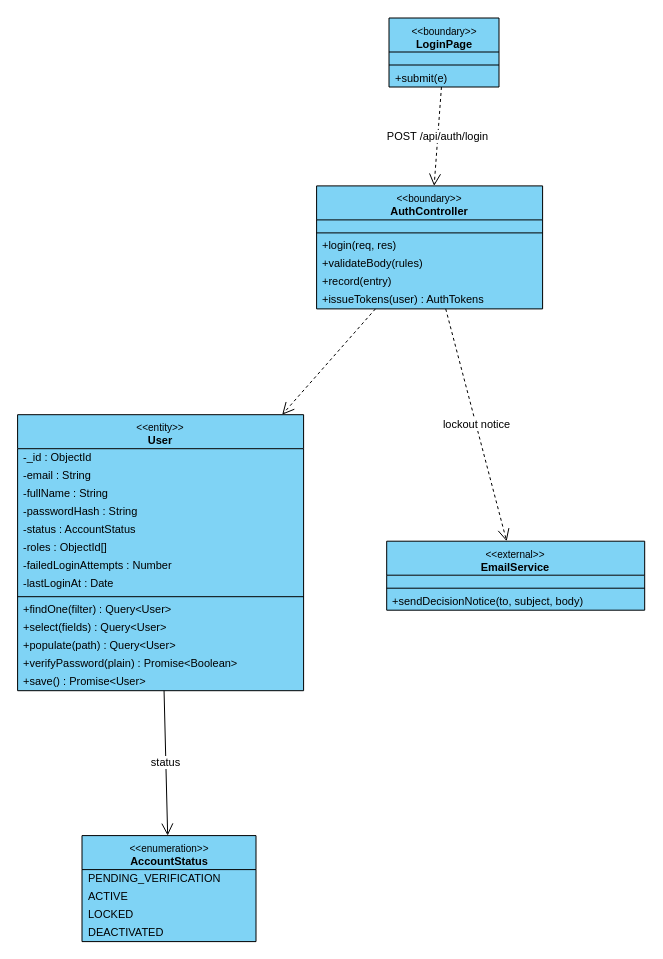
toikobi401/SWD392 keeps this draw.io diagram as final/diagrams/M2_Auth-And-Administration_Diagrams/class_diagrams/CD-05_UC-G17_Login.drawio. Above is the earlier version. Source tidied: cells renumbered, new cells numbered last; positions are measured from the earlier drawing's top-left corner, leaving out a move shared by most shapes. Both pictures are drawn from the tidied source at 100%, with x=0, y=0 at pixel (17, 17).
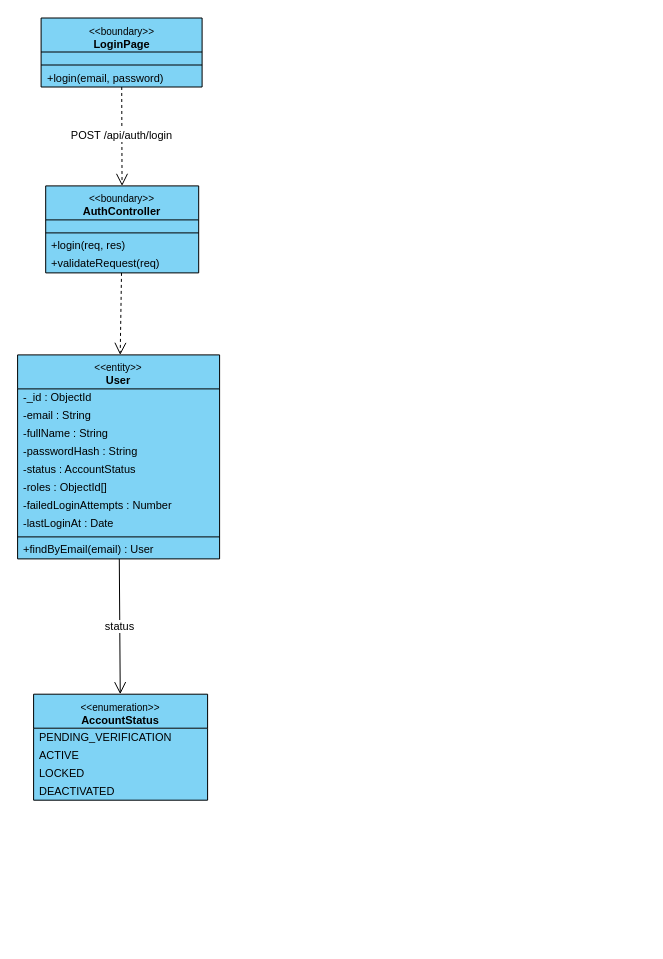
The same diagram, later.

What changed in the source:
```diff
@@
     <mxCell id="2" value="&lt;font style=&quot;font-size:10px&quot;&gt;&amp;lt;&amp;lt;boundary&amp;gt;&amp;gt;&lt;/font&gt;&lt;br&gt;&lt;b&gt;LoginPage&lt;/b&gt;" style="swimlane;fontStyle=0;align=center;verticalAlign=top;horizontal=1;startSize=34;html=1;whiteSpace=wrap;fontSize=11;fillColor=#7fd3f5;swimlaneFillColor=#7fd3f5;strokeColor=#000000;" parent="1" vertex="1">
-      <mxGeometry x="371.5" y="0.5" width="110" height="69" as="geometry" />
+      <mxGeometry x="23.6" y="0.5" width="161" height="69" as="geometry" />
     </mxCell>
     <mxCell id="3" style="text;strokeColor=none;fillColor=none;html=1;" parent="2" vertex="1">
-      <mxGeometry y="34" width="110" height="9" as="geometry" />
+      <mxGeometry y="34" width="161" height="9" as="geometry" />
     </mxCell>
     <mxCell id="4" style="line;strokeWidth=1;fillColor=none;align=left;verticalAlign=middle;spacingTop=-1;spacingLeft=3;spacingRight=3;labelPosition=right;strokeColor=#000000;" parent="2" vertex="1">
-      <mxGeometry y="43" width="110" height="8" as="geometry" />
+      <mxGeometry y="43" width="161" height="8" as="geometry" />
     </mxCell>
-    <mxCell id="5" value="+submit(e)" style="text;strokeColor=none;fillColor=none;align=left;verticalAlign=middle;spacingLeft=4;spacingRight=4;overflow=hidden;whiteSpace=nowrap;html=1;fontSize=11;" parent="2" vertex="1">
-      <mxGeometry y="51" width="110" height="18" as="geometry" />
+    <mxCell id="5" value="+login(email, password)" style="text;strokeColor=none;fillColor=none;align=left;verticalAlign=middle;spacingLeft=4;spacingRight=4;overflow=hidden;whiteSpace=nowrap;html=1;fontSize=11;" parent="2" vertex="1">
+      <mxGeometry y="51" width="161" height="18" as="geometry" />
     </mxCell>
     <mxCell id="6" value="&lt;font style=&quot;font-size:10px&quot;&gt;&amp;lt;&amp;lt;boundary&amp;gt;&amp;gt;&lt;/font&gt;&lt;br&gt;&lt;b&gt;AuthController&lt;/b&gt;" style="swimlane;fontStyle=0;align=center;verticalAlign=top;horizontal=1;startSize=34;html=1;whiteSpace=wrap;fontSize=11;fillColor=#7fd3f5;swimlaneFillColor=#7fd3f5;strokeColor=#000000;" parent="1" vertex="1">
-      <mxGeometry x="299.1" y="168.4" width="226" height="123" as="geometry" />
+      <mxGeometry x="28.2" y="168.4" width="153" height="87" as="geometry" />
     </mxCell>
     <mxCell id="7" style="text;strokeColor=none;fillColor=none;html=1;" parent="6" vertex="1">
-      <mxGeometry y="34" width="226" height="9" as="geometry" />
+      <mxGeometry y="34" width="153" height="9" as="geometry" />
     </mxCell>
     <mxCell id="8" style="line;strokeWidth=1;fillColor=none;align=left;verticalAlign=middle;spacingTop=-1;spacingLeft=3;spacingRight=3;labelPosition=right;strokeColor=#000000;" parent="6" vertex="1">
-      <mxGeometry y="43" width="226" height="8" as="geometry" />
+      <mxGeometry y="43" width="153" height="8" as="geometry" />
     </mxCell>
     <mxCell id="9" value="+login(req, res)" style="text;strokeColor=none;fillColor=none;align=left;verticalAlign=middle;spacingLeft=4;spacingRight=4;overflow=hidden;whiteSpace=nowrap;html=1;fontSize=11;" parent="6" vertex="1">
-      <mxGeometry y="51" width="226" height="18" as="geometry" />
+      <mxGeometry y="51" width="153" height="18" as="geometry" />
     </mxCell>
-    <mxCell id="10" value="+validateBody(rules)" style="text;strokeColor=none;fillColor=none;align=left;verticalAlign=middle;spacingLeft=4;spacingRight=4;overflow=hidden;whiteSpace=nowrap;html=1;fontSize=11;" parent="6" vertex="1">
-      <mxGeometry y="69" width="226" height="18" as="geometry" />
+    <mxCell id="10" value="+validateRequest(req)" style="text;strokeColor=none;fillColor=none;align=left;verticalAlign=middle;spacingLeft=4;spacingRight=4;overflow=hidden;whiteSpace=nowrap;html=1;fontSize=11;" parent="6" vertex="1">
+      <mxGeometry y="69" width="153" height="18" as="geometry" />
     </mxCell>
-    <mxCell id="11" value="+record(entry)" style="text;strokeColor=none;fillColor=none;align=left;verticalAlign=middle;spacingLeft=4;spacingRight=4;overflow=hidden;whiteSpace=nowrap;html=1;fontSize=11;" parent="6" vertex="1">
-      <mxGeometry y="87" width="226" height="18" as="geometry" />
-    </mxCell>
-    <mxCell id="12" value="+issueTokens(user) : AuthTokens" style="text;strokeColor=none;fillColor=none;align=left;verticalAlign=middle;spacingLeft=4;spacingRight=4;overflow=hidden;whiteSpace=nowrap;html=1;fontSize=11;" parent="6" vertex="1">
-      <mxGeometry y="105" width="226" height="18" as="geometry" />
-    </mxCell>
     <mxCell id="13" value="&lt;font style=&quot;font-size:10px&quot;&gt;&amp;lt;&amp;lt;entity&amp;gt;&amp;gt;&lt;/font&gt;&lt;br&gt;&lt;b&gt;User&lt;/b&gt;" style="swimlane;fontStyle=0;align=center;verticalAlign=top;horizontal=1;startSize=34;html=1;whiteSpace=wrap;fontSize=11;fillColor=#7fd3f5;swimlaneFillColor=#7fd3f5;strokeColor=#000000;" parent="1" vertex="1">
-      <mxGeometry x="0.1" y="397.2" width="286" height="276" as="geometry" />
+      <mxGeometry x="0.1" y="337.4" width="202" height="204" as="geometry" />
     </mxCell>
     <mxCell id="14" value="-_id : ObjectId" style="text;strokeColor=none;fillColor=none;align=left;verticalAlign=middle;spacingLeft=4;spacingRight=4;overflow=hidden;whiteSpace=nowrap;html=1;fontSize=11;" parent="13" vertex="1">
-      <mxGeometry y="34" width="286" height="18" as="geometry" />
+      <mxGeometry y="34" width="202" height="18" as="geometry" />
     </mxCell>
     <mxCell id="15" value="-email : String" style="text;strokeColor=none;fillColor=none;align=left;verticalAlign=middle;spacingLeft=4;spacingRight=4;overflow=hidden;whiteSpace=nowrap;html=1;fontSize=11;" parent="13" vertex="1">
-      <mxGeometry y="52" width="286" height="18" as="geometry" />
+      <mxGeometry y="52" width="202" height="18" as="geometry" />
     </mxCell>
     <mxCell id="16" value="-fullName : String" style="text;strokeColor=none;fillColor=none;align=left;verticalAlign=middle;spacingLeft=4;spacingRight=4;overflow=hidden;whiteSpace=nowrap;html=1;fontSize=11;" parent="13" vertex="1">
-      <mxGeometry y="70" width="286" height="18" as="geometry" />
+      <mxGeometry y="70" width="202" height="18" as="geometry" />
     </mxCell>
     <mxCell id="17" value="-passwordHash : String" style="text;strokeColor=none;fillColor=none;align=left;verticalAlign=middle;spacingLeft=4;spacingRight=4;overflow=hidden;whiteSpace=nowrap;html=1;fontSize=11;" parent="13" vertex="1">
-      <mxGeometry y="88" width="286" height="18" as="geometry" />
+      <mxGeometry y="88" width="202" height="18" as="geometry" />
     </mxCell>
     <mxCell id="18" value="-status : AccountStatus" style="text;strokeColor=none;fillColor=none;align=left;verticalAlign=middle;spacingLeft=4;spacingRight=4;overflow=hidden;whiteSpace=nowrap;html=1;fontSize=11;" parent="13" vertex="1">
-      <mxGeometry y="106" width="286" height="18" as="geometry" />
+      <mxGeometry y="106" width="202" height="18" as="geometry" />
     </mxCell>
     <mxCell id="19" value="-roles : ObjectId[]" style="text;strokeColor=none;fillColor=none;align=left;verticalAlign=middle;spacingLeft=4;spacingRight=4;overflow=hidden;whiteSpace=nowrap;html=1;fontSize=11;" parent="13" vertex="1">
-      <mxGeometry y="124" width="286" height="18" as="geometry" />
+      <mxGeometry y="124" width="202" height="18" as="geometry" />
     </mxCell>
     <mxCell id="20" value="-failedLoginAttempts : Number" style="text;strokeColor=none;fillColor=none;align=left;verticalAlign=middle;spacingLeft=4;spacingRight=4;overflow=hidden;whiteSpace=nowrap;html=1;fontSize=11;" parent="13" vertex="1">
-      <mxGeometry y="142" width="286" height="18" as="geometry" />
+      <mxGeometry y="142" width="202" height="18" as="geometry" />
     </mxCell>
     <mxCell id="21" value="-lastLoginAt : Date" style="text;strokeColor=none;fillColor=none;align=left;verticalAlign=middle;spacingLeft=4;spacingRight=4;overflow=hidden;whiteSpace=nowrap;html=1;fontSize=11;" parent="13" vertex="1">
-      <mxGeometry y="160" width="286" height="18" as="geometry" />
+      <mxGeometry y="160" width="202" height="18" as="geometry" />
     </mxCell>
     <mxCell id="22" style="line;strokeWidth=1;fillColor=none;align=left;verticalAlign=middle;spacingTop=-1;spacingLeft=3;spacingRight=3;labelPosition=right;strokeColor=#000000;" parent="13" vertex="1">
-      <mxGeometry y="178" width="286" height="8" as="geometry" />
+      <mxGeometry y="178" width="202" height="8" as="geometry" />
     </mxCell>
-    <mxCell id="23" value="+findOne(filter) : Query&amp;lt;User&amp;gt;" style="text;strokeColor=none;fillColor=none;align=left;verticalAlign=middle;spacingLeft=4;spacingRight=4;overflow=hidden;whiteSpace=nowrap;html=1;fontSize=11;" parent="13" vertex="1">
-      <mxGeometry y="186" width="286" height="18" as="geometry" />
+    <mxCell id="23" value="+findByEmail(email) : User" style="text;strokeColor=none;fillColor=none;align=left;verticalAlign=middle;spacingLeft=4;spacingRight=4;overflow=hidden;whiteSpace=nowrap;html=1;fontSize=11;" parent="13" vertex="1">
+      <mxGeometry y="186" width="202" height="18" as="geometry" />
     </mxCell>
-    <mxCell id="24" value="+select(fields) : Query&amp;lt;User&amp;gt;" style="text;strokeColor=none;fillColor=none;align=left;verticalAlign=middle;spacingLeft=4;spacingRight=4;overflow=hidden;whiteSpace=nowrap;html=1;fontSize=11;" parent="13" vertex="1">
-      <mxGeometry y="204" width="286" height="18" as="geometry" />
-    </mxCell>
-    <mxCell id="25" value="+populate(path) : Query&amp;lt;User&amp;gt;" style="text;strokeColor=none;fillColor=none;align=left;verticalAlign=middle;spacingLeft=4;spacingRight=4;overflow=hidden;whiteSpace=nowrap;html=1;fontSize=11;" parent="13" vertex="1">
-      <mxGeometry y="222" width="286" height="18" as="geometry" />
-    </mxCell>
-    <mxCell id="26" value="+verifyPassword(plain) : Promise&amp;lt;Boolean&amp;gt;" style="text;strokeColor=none;fillColor=none;align=left;verticalAlign=middle;spacingLeft=4;spacingRight=4;overflow=hidden;whiteSpace=nowrap;html=1;fontSize=11;" parent="13" vertex="1">
-      <mxGeometry y="240" width="286" height="18" as="geometry" />
-    </mxCell>
-    <mxCell id="27" value="+save() : Promise&amp;lt;User&amp;gt;" style="text;strokeColor=none;fillColor=none;align=left;verticalAlign=middle;spacingLeft=4;spacingRight=4;overflow=hidden;whiteSpace=nowrap;html=1;fontSize=11;" parent="13" vertex="1">
-      <mxGeometry y="258" width="286" height="18" as="geometry" />
-    </mxCell>
-    <mxCell id="28" value="&lt;font style=&quot;font-size:10px&quot;&gt;&amp;lt;&amp;lt;external&amp;gt;&amp;gt;&lt;/font&gt;&lt;br&gt;&lt;b&gt;EmailService&lt;/b&gt;" style="swimlane;fontStyle=0;align=center;verticalAlign=top;horizontal=1;startSize=34;html=1;whiteSpace=wrap;fontSize=11;fillColor=#7fd3f5;swimlaneFillColor=#7fd3f5;strokeColor=#000000;" parent="1" vertex="1">
-      <mxGeometry x="369.2" y="523.7" width="258" height="69" as="geometry" />
-    </mxCell>
-    <mxCell id="29" style="text;strokeColor=none;fillColor=none;html=1;" parent="28" vertex="1">
-      <mxGeometry y="34" width="258" height="9" as="geometry" />
-    </mxCell>
-    <mxCell id="30" style="line;strokeWidth=1;fillColor=none;align=left;verticalAlign=middle;spacingTop=-1;spacingLeft=3;spacingRight=3;labelPosition=right;strokeColor=#000000;" parent="28" vertex="1">
-      <mxGeometry y="43" width="258" height="8" as="geometry" />
-    </mxCell>
-    <mxCell id="31" value="+sendDecisionNotice(to, subject, body)" style="text;strokeColor=none;fillColor=none;align=left;verticalAlign=middle;spacingLeft=4;spacingRight=4;overflow=hidden;whiteSpace=nowrap;html=1;fontSize=11;" parent="28" vertex="1">
-      <mxGeometry y="51" width="258" height="18" as="geometry" />
-    </mxCell>
     <mxCell id="32" value="&lt;font style=&quot;font-size:10px&quot;&gt;&amp;lt;&amp;lt;enumeration&amp;gt;&amp;gt;&lt;/font&gt;&lt;br&gt;&lt;b&gt;AccountStatus&lt;/b&gt;" style="swimlane;fontStyle=0;align=center;verticalAlign=top;horizontal=1;startSize=34;html=1;whiteSpace=wrap;fontSize=11;fillColor=#7fd3f5;swimlaneFillColor=#7fd3f5;strokeColor=#000000;" parent="1" vertex="1">
-      <mxGeometry x="64.5" y="818.1" width="174" height="106" as="geometry" />
+      <mxGeometry x="16.1" y="676.7" width="174" height="106" as="geometry" />
     </mxCell>
@@
-    <mxCell id="39" value="lockout notice" style="html=1;rounded=0;fontSize=11;labelBackgroundColor=#ffffff;dashed=1;endArrow=open;endSize=10;" parent="1" edge="1" source="6" target="28">
+    <mxCell id="39" value="status" style="html=1;rounded=0;fontSize=11;labelBackgroundColor=#ffffff;endArrow=open;endSize=10;" parent="1" edge="1" source="13" target="32">
       <mxGeometry relative="1" as="geometry" />
     </mxCell>
-    <mxCell id="40" value="status" style="html=1;rounded=0;fontSize=11;labelBackgroundColor=#ffffff;endArrow=open;endSize=10;" parent="1" edge="1" source="13" target="32">
-      <mxGeometry relative="1" as="geometry" />
-    </mxCell>
```
